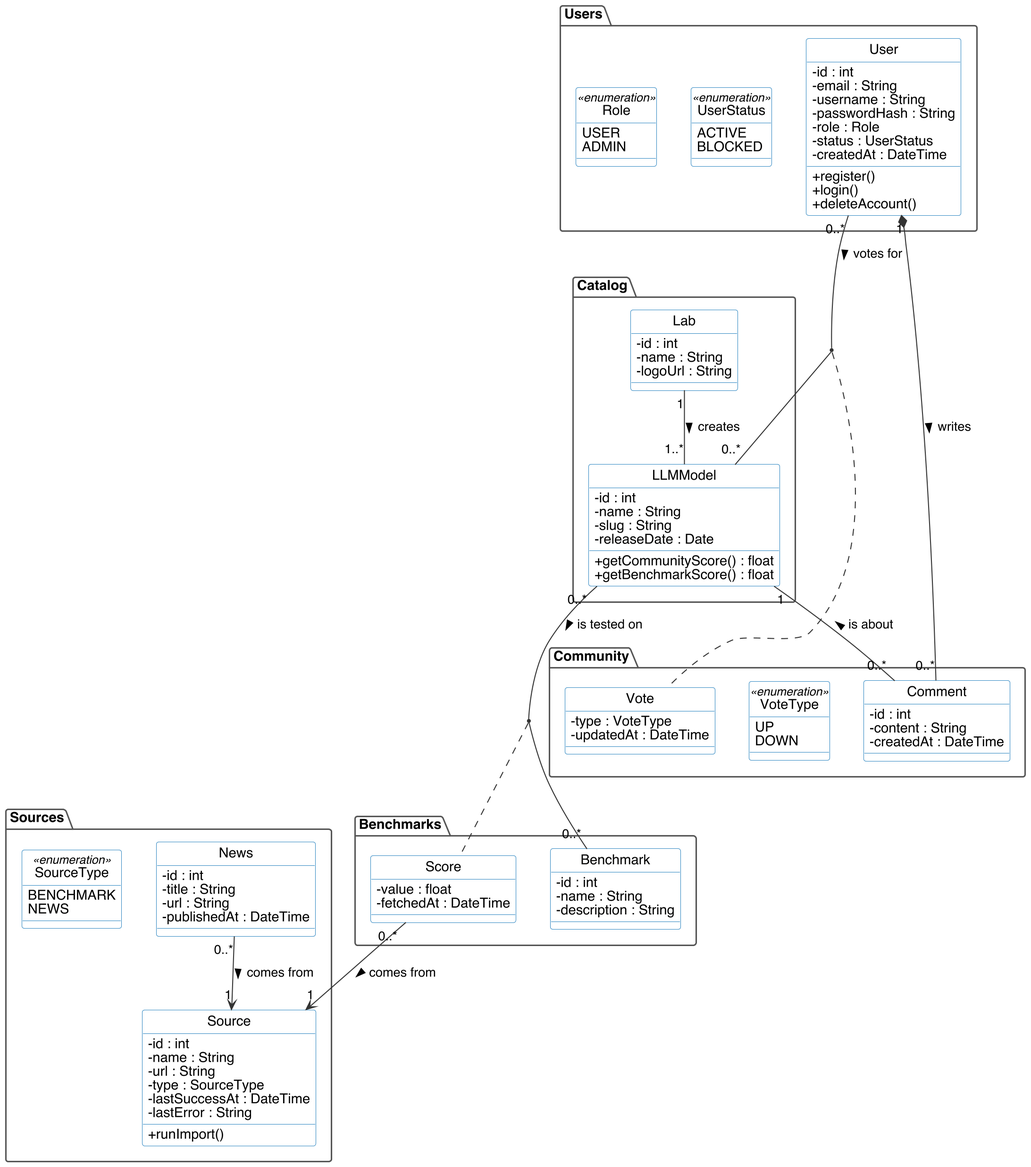
Before: docs/SRS/figures/class.png, a diagram exported from PlantUML (valgempp/Software-Engineering-Project). Its source is kept beside it as docs/SRS/figures/class.puml.
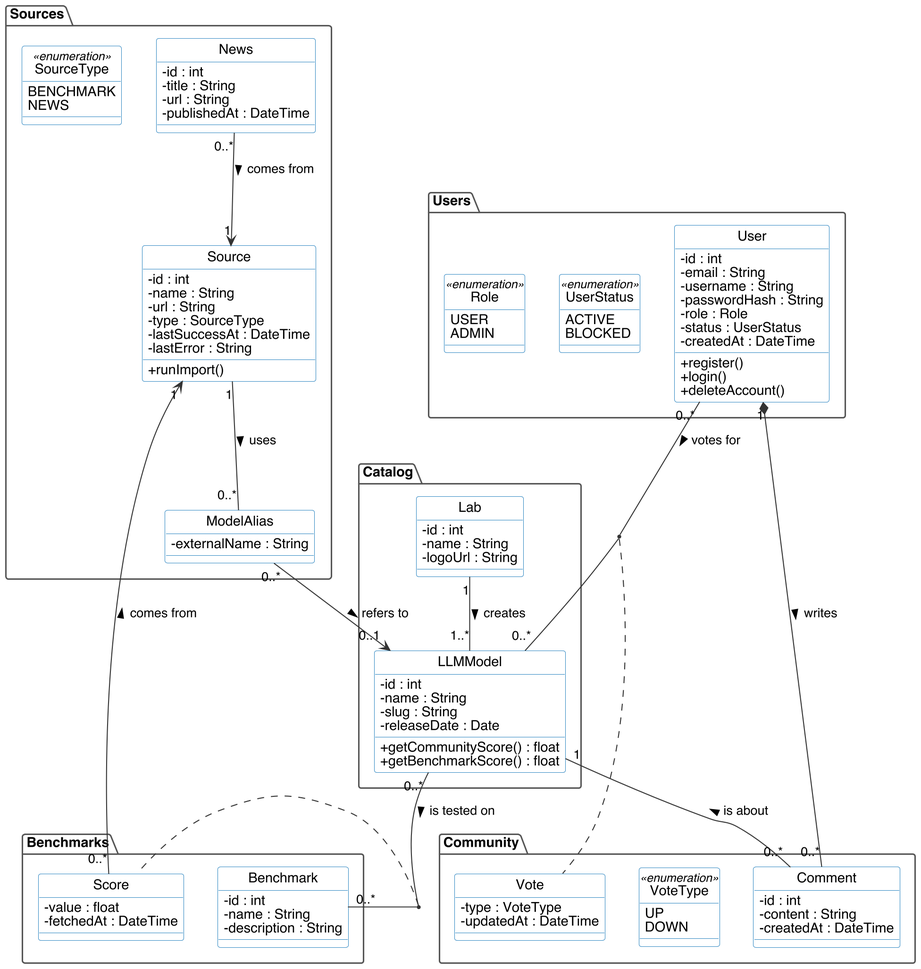
The same file after the commit.

The edit, as a diff of the source:
```diff
@@ -82,6 +82,9 @@
     - lastError : String
     + runImport()
   }
+  class ModelAlias {
+    - externalName : String
+  }
   class News {
     - id : int
     - title : String
@@ -98,4 +101,6 @@
 (LLMModel, Benchmark) .. Score
 Score "0..*" --> "1" Source : comes from >
 News "0..*" --> "1" Source : comes from >
+Source "1" -- "0..*" ModelAlias : uses >
+ModelAlias "0..*" --> "0..1" LLMModel : refers to >
 @enduml
```
